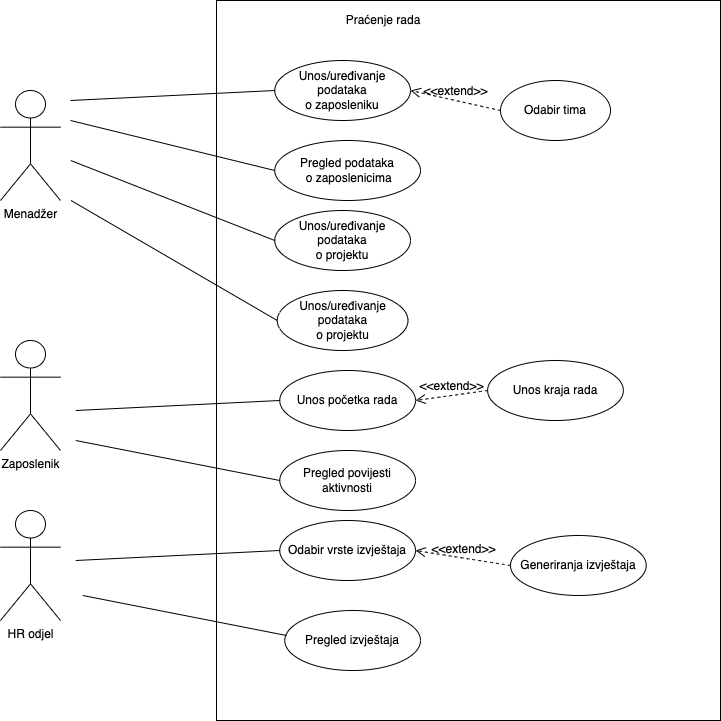
This is Specifkacija dizajna/Objektni model/Dijagram slucajeva koristenja.png from JelenaPetrusic/Projektiranje-informacijskih-sustava, a draw.io export, as it was before one commit. Source tidied: cells renumbered, new cells last; positions are measured from the earlier drawing's top-left corner, leaving out a move shared by most shapes. The source it was exported from:
```xml
<mxGraphModel>
  <root>
    <mxCell id="0" />
    <mxCell id="1" parent="0" />
    <mxCell id="2" style="rounded=0;whiteSpace=wrap;html=1;" parent="1" vertex="1">
      <mxGeometry x="216" width="504" height="720" as="geometry" />
    </mxCell>
    <mxCell id="3" value="Menadžer" style="shape=umlActor;verticalLabelPosition=bottom;verticalAlign=top;html=1;" parent="1" vertex="1">
      <mxGeometry y="90" width="60" height="110" as="geometry" />
    </mxCell>
    <mxCell id="4" value="Praćenje rada" style="text;html=1;strokeColor=none;fillColor=none;align=center;verticalAlign=middle;whiteSpace=wrap;rounded=0;" parent="1" vertex="1">
      <mxGeometry x="286" width="194" height="40" as="geometry" />
    </mxCell>
    <mxCell id="5" value="Unos/uređivanje podataka&lt;div&gt;o zaposleniku&lt;/div&gt;" style="ellipse;whiteSpace=wrap;html=1;" parent="1" vertex="1">
      <mxGeometry x="274.2" y="60" width="135.8" height="60" as="geometry" />
    </mxCell>
    <mxCell id="6" value="Pregled podataka&lt;div&gt;&amp;nbsp;o zaposlenicima&lt;/div&gt;" style="ellipse;whiteSpace=wrap;html=1;" parent="1" vertex="1">
      <mxGeometry x="274.2" y="140" width="145.8" height="60" as="geometry" />
    </mxCell>
    <mxCell id="7" value="Zaposlenik" style="shape=umlActor;verticalLabelPosition=bottom;verticalAlign=top;html=1;" parent="1" vertex="1">
      <mxGeometry y="340" width="60" height="110" as="geometry" />
    </mxCell>
    <mxCell id="8" style="endArrow=none;html=1;rounded=0;entryX=0;entryY=0.5;entryDx=0;entryDy=0;" parent="1" edge="1" target="5">
      <mxGeometry relative="1" as="geometry">
        <mxPoint x="70" y="100" as="sourcePoint" />
      </mxGeometry>
    </mxCell>
    <mxCell id="9" style="endArrow=none;html=1;rounded=0;entryX=0;entryY=0.5;entryDx=0;entryDy=0;" parent="1" edge="1" target="6">
      <mxGeometry relative="1" as="geometry">
        <mxPoint x="70" y="120" as="sourcePoint" />
      </mxGeometry>
    </mxCell>
    <mxCell id="10" value="HR odjel" style="shape=umlActor;verticalLabelPosition=bottom;verticalAlign=top;html=1;" parent="1" vertex="1">
      <mxGeometry y="510" width="60" height="110" as="geometry" />
    </mxCell>
    <mxCell id="11" value="&amp;lt;&amp;lt;extend&amp;gt;&amp;gt;" style="html=1;verticalAlign=bottom;labelBackgroundColor=none;endArrow=open;endFill=0;dashed=1;rounded=0;fontSize=12;startSize=8;endSize=8;curved=1;entryX=1;entryY=0.5;entryDx=0;entryDy=0;exitX=0;exitY=0.5;exitDx=0;exitDy=0;" parent="1" edge="1" source="12" target="5">
      <mxGeometry relative="1" as="geometry" />
    </mxCell>
    <mxCell id="12" value="Odabir tima" style="ellipse;whiteSpace=wrap;html=1;" parent="1" vertex="1">
      <mxGeometry x="500" y="80" width="110" height="60" as="geometry" />
    </mxCell>
    <mxCell id="13" value="Unos/uređivanje podataka&lt;div&gt;o projektu&lt;/div&gt;" style="ellipse;whiteSpace=wrap;html=1;" parent="1" vertex="1">
      <mxGeometry x="274.2" y="210" width="135.8" height="60" as="geometry" />
    </mxCell>
    <mxCell id="14" value="Unos/uređivanje podataka&lt;div&gt;o projektu&lt;/div&gt;" style="ellipse;whiteSpace=wrap;html=1;" parent="1" vertex="1">
      <mxGeometry x="276.8" y="290" width="130.8" height="60" as="geometry" />
    </mxCell>
    <mxCell id="15" style="endArrow=none;html=1;rounded=0;entryX=0;entryY=0.5;entryDx=0;entryDy=0;" parent="1" edge="1" target="13">
      <mxGeometry relative="1" as="geometry">
        <mxPoint x="70.2" y="160" as="sourcePoint" />
      </mxGeometry>
    </mxCell>
    <mxCell id="16" style="endArrow=none;html=1;rounded=0;entryX=0;entryY=0.5;entryDx=0;entryDy=0;" parent="1" edge="1" target="14">
      <mxGeometry relative="1" as="geometry">
        <mxPoint x="70.5" y="200" as="sourcePoint" />
      </mxGeometry>
    </mxCell>
    <mxCell id="17" value="Unos početka rada" style="ellipse;whiteSpace=wrap;html=1;" parent="1" vertex="1">
      <mxGeometry x="279.2" y="370" width="135.8" height="60" as="geometry" />
    </mxCell>
    <mxCell id="18" value="Pregled povijesti&lt;div&gt;aktivnosti&lt;/div&gt;" style="ellipse;whiteSpace=wrap;html=1;" parent="1" vertex="1">
      <mxGeometry x="279.2" y="450" width="135.8" height="60" as="geometry" />
    </mxCell>
    <mxCell id="19" value="Unos kraja rada" style="ellipse;whiteSpace=wrap;html=1;" parent="1" vertex="1">
      <mxGeometry x="487.1" y="360" width="135.8" height="60" as="geometry" />
    </mxCell>
    <mxCell id="20" value="&amp;lt;&amp;lt;extend&amp;gt;&amp;gt;" style="html=1;verticalAlign=bottom;labelBackgroundColor=none;endArrow=open;endFill=0;dashed=1;rounded=0;fontSize=12;startSize=8;endSize=8;curved=1;entryX=1;entryY=0.5;entryDx=0;entryDy=0;exitX=0;exitY=0.5;exitDx=0;exitDy=0;" parent="1" edge="1" source="19" target="17">
      <mxGeometry relative="1" as="geometry" />
    </mxCell>
    <mxCell id="21" style="endArrow=none;html=1;rounded=0;entryX=0;entryY=0.5;entryDx=0;entryDy=0;" parent="1" edge="1">
      <mxGeometry relative="1" as="geometry">
        <mxPoint x="75.2" y="410" as="sourcePoint" />
        <mxPoint x="279.2" y="400" as="targetPoint" />
      </mxGeometry>
    </mxCell>
    <mxCell id="22" style="endArrow=none;html=1;rounded=0;entryX=0;entryY=0.5;entryDx=0;entryDy=0;" parent="1" edge="1" target="18">
      <mxGeometry relative="1" as="geometry">
        <mxPoint x="75.2" y="440" as="sourcePoint" />
      </mxGeometry>
    </mxCell>
    <mxCell id="23" value="Odabir vrste izvještaja" style="ellipse;whiteSpace=wrap;html=1;" parent="1" vertex="1">
      <mxGeometry x="279.2" y="520" width="135.8" height="60" as="geometry" />
    </mxCell>
    <mxCell id="24" value="Pregled izvještaja" style="ellipse;whiteSpace=wrap;html=1;" parent="1" vertex="1">
      <mxGeometry x="284.2" y="610" width="135.8" height="60" as="geometry" />
    </mxCell>
    <mxCell id="25" value="Generiranja izvještaja" style="ellipse;whiteSpace=wrap;html=1;" parent="1" vertex="1">
      <mxGeometry x="510" y="535" width="135.8" height="60" as="geometry" />
    </mxCell>
    <mxCell id="26" style="endArrow=none;html=1;rounded=0;entryX=0;entryY=0.5;entryDx=0;entryDy=0;" parent="1" edge="1">
      <mxGeometry relative="1" as="geometry">
        <mxPoint x="75.2" y="560" as="sourcePoint" />
        <mxPoint x="279.2" y="550" as="targetPoint" />
      </mxGeometry>
    </mxCell>
    <mxCell id="27" style="endArrow=none;html=1;rounded=0;entryX=0;entryY=0.5;entryDx=0;entryDy=0;" parent="1" edge="1">
      <mxGeometry relative="1" as="geometry">
        <mxPoint x="82.2" y="595" as="sourcePoint" />
        <mxPoint x="286" y="635" as="targetPoint" />
      </mxGeometry>
    </mxCell>
    <mxCell id="28" value="&amp;lt;&amp;lt;extend&amp;gt;&amp;gt;" style="html=1;verticalAlign=bottom;labelBackgroundColor=none;endArrow=open;endFill=0;dashed=1;rounded=0;fontSize=12;startSize=8;endSize=8;curved=1;entryX=1;entryY=0.5;entryDx=0;entryDy=0;exitX=0;exitY=0.5;exitDx=0;exitDy=0;" parent="1" edge="1" source="25" target="23">
      <mxGeometry relative="1" as="geometry" />
    </mxCell>
  </root>
</mxGraphModel>
```
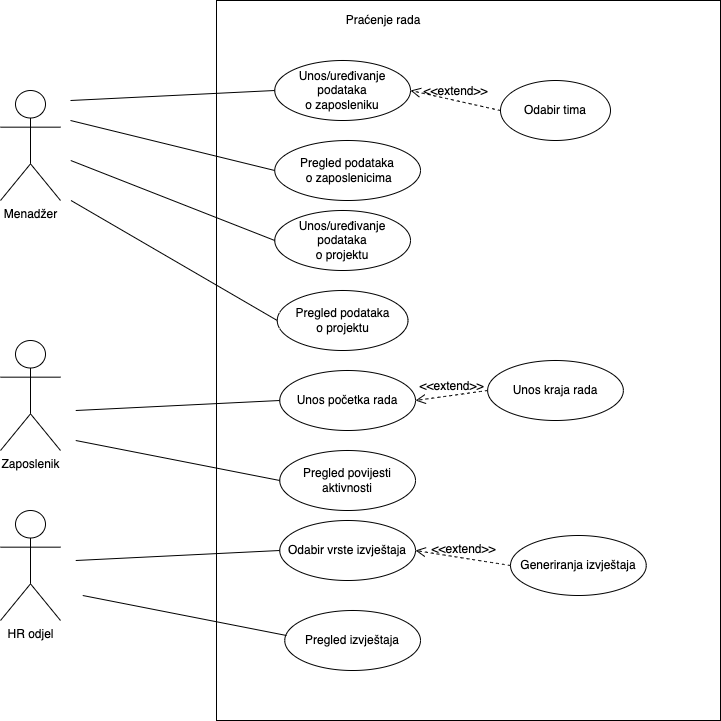
After the commit.

Diff of the diagram source:
```diff
@@ -42,7 +42,7 @@
     <mxCell id="13" value="Unos/uređivanje podataka&lt;div&gt;o projektu&lt;/div&gt;" style="ellipse;whiteSpace=wrap;html=1;" parent="1" vertex="1">
       <mxGeometry x="274.2" y="210" width="135.8" height="60" as="geometry" />
     </mxCell>
-    <mxCell id="14" value="Unos/uređivanje podataka&lt;div&gt;o projektu&lt;/div&gt;" style="ellipse;whiteSpace=wrap;html=1;" parent="1" vertex="1">
+    <mxCell id="14" value="Pregled podataka&lt;div&gt;o projektu&lt;/div&gt;" style="ellipse;whiteSpace=wrap;html=1;" parent="1" vertex="1">
       <mxGeometry x="276.8" y="290" width="130.8" height="60" as="geometry" />
     </mxCell>
     <mxCell id="15" style="endArrow=none;html=1;rounded=0;entryX=0;entryY=0.5;entryDx=0;entryDy=0;" parent="1" edge="1" target="13">
```
